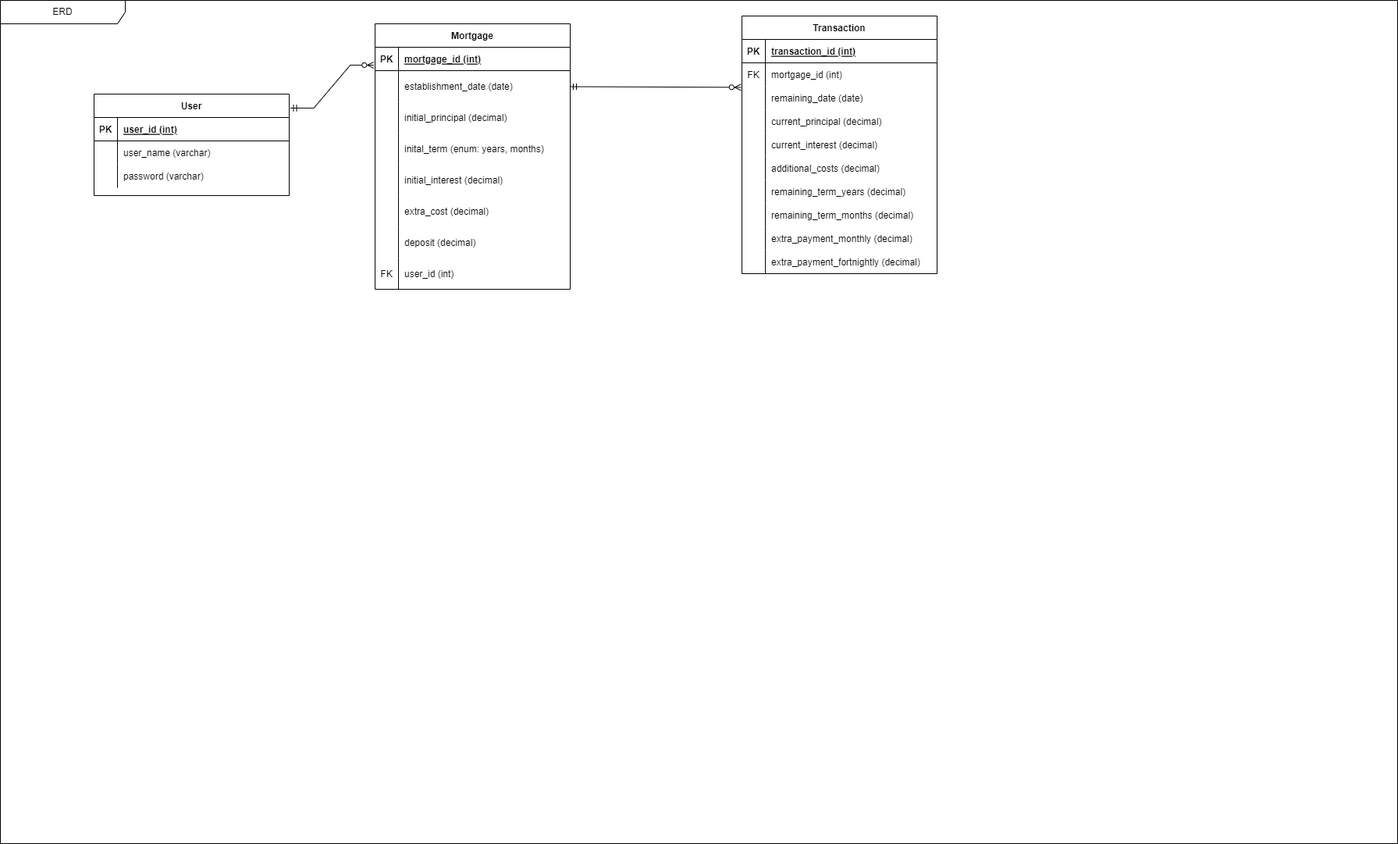
Above: Design/ERD.png in KatherineMulder/ITPR7.508-Business-Application-Programming-Semester-One-2024 (draw.io), before the change. Source tidied: cells renumbered, new cells last; positions are measured from the earlier drawing's top-left corner, leaving out a move shared by most shapes.
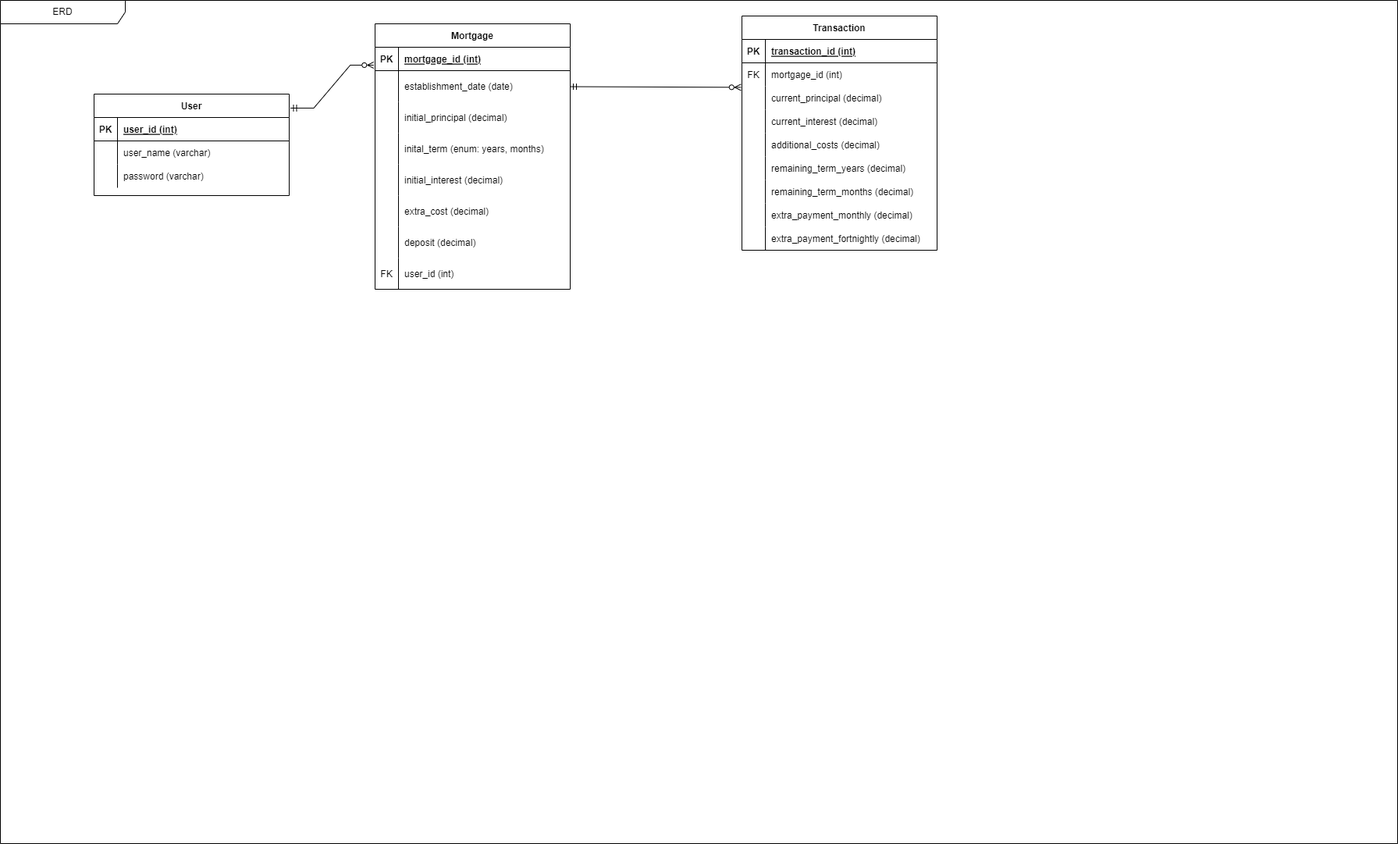
The same diagram one commit later.

Change to the diagram source:
```diff
@@ -113,11 +113,13 @@
     <mxCell id="38" style="edgeStyle=entityRelationEdgeStyle;fontSize=12;html=1;endArrow=ERzeroToMany;startArrow=ERmandOne;rounded=0;exitX=1.006;exitY=0.138;exitDx=0;exitDy=0;exitPerimeter=0;entryX=-0.007;entryY=0.764;entryDx=0;entryDy=0;endFill=0;entryPerimeter=0;" parent="2" edge="1" source="3" target="14">
       <mxGeometry relative="1" as="geometry" />
     </mxCell>
-    <mxCell id="39" style="rounded=0;jettySize=auto;html=1;endArrow=ERzeroToMany;endFill=0;startArrow=ERmandOne;startFill=0;entryX=-0.005;entryY=0.045;entryDx=0;entryDy=0;entryPerimeter=0;" parent="2" edge="1" source="17" target="47">
-      <mxGeometry relative="1" as="geometry" />
+    <mxCell id="39" style="rounded=0;jettySize=auto;html=1;endArrow=ERzeroToMany;endFill=0;startArrow=ERmandOne;startFill=0;entryX=-0.005;entryY=0.045;entryDx=0;entryDy=0;entryPerimeter=0;" parent="2" edge="1" source="17">
+      <mxGeometry relative="1" as="geometry">
+        <mxPoint x="948.8" y="111.3" as="targetPoint" />
+      </mxGeometry>
     </mxCell>
     <mxCell id="40" value="Transaction" style="shape=table;startSize=30;rowLines=0;fontStyle=1;align=center;" parent="2" vertex="1">
-      <mxGeometry x="950" y="20" width="250" height="330" as="geometry" />
+      <mxGeometry x="950" y="20" width="250" height="300" as="geometry" />
     </mxCell>
     <mxCell id="41" style="shape=partialRectangle;fillColor=none;top=0;left=0;right=0;bottom=1;" parent="40" vertex="1">
       <mxGeometry y="30" width="250" height="30" as="geometry" />
@@ -137,17 +139,8 @@
     <mxCell id="46" value="mortgage_id (int)" style="shape=partialRectangle;overflow=hidden;fillColor=none;top=0;left=0;bottom=0;right=0;align=left;spacingLeft=6;" parent="44" vertex="1">
       <mxGeometry x="30" width="220" height="30" as="geometry" />
     </mxCell>
-    <mxCell id="47" style="shape=partialRectangle;fillColor=none;points=[[0,0.5],[1,0.5]];portConstraint=eastwest;top=0;left=0;right=0;bottom=0;" parent="40" vertex="1">
-      <mxGeometry y="90" width="250" height="30" as="geometry" />
-    </mxCell>
-    <mxCell id="48" style="shape=partialRectangle;overflow=hidden;fillColor=none;top=0;left=0;bottom=0;right=0;" parent="47" vertex="1">
-      <mxGeometry width="30" height="30" as="geometry" />
-    </mxCell>
-    <mxCell id="49" value="remaining_date (date)" style="shape=partialRectangle;overflow=hidden;fillColor=none;top=0;left=0;bottom=0;right=0;align=left;spacingLeft=6;" parent="47" vertex="1">
-      <mxGeometry x="30" width="220" height="30" as="geometry" />
-    </mxCell>
     <mxCell id="50" style="shape=partialRectangle;fillColor=none;top=0;left=0;right=0;bottom=0;" parent="40" vertex="1">
-      <mxGeometry y="120" width="250" height="30" as="geometry" />
+      <mxGeometry y="90" width="250" height="30" as="geometry" />
     </mxCell>
     <mxCell id="51" style="shape=partialRectangle;overflow=hidden;fillColor=none;top=0;left=0;bottom=0;right=0;" parent="50" vertex="1">
       <mxGeometry width="30" height="30" as="geometry" />
@@ -156,7 +149,7 @@
       <mxGeometry x="30" width="220" height="30" as="geometry" />
     </mxCell>
     <mxCell id="53" style="shape=partialRectangle;fillColor=none;top=0;left=0;right=0;bottom=0;" parent="40" vertex="1">
-      <mxGeometry y="150" width="250" height="30" as="geometry" />
+      <mxGeometry y="120" width="250" height="30" as="geometry" />
     </mxCell>
     <mxCell id="54" style="shape=partialRectangle;overflow=hidden;fillColor=none;top=0;left=0;bottom=0;right=0;" parent="53" vertex="1">
       <mxGeometry width="30" height="30" as="geometry" />
@@ -165,7 +158,7 @@
       <mxGeometry x="30" width="220" height="30" as="geometry" />
     </mxCell>
     <mxCell id="56" style="shape=partialRectangle;fillColor=none;top=0;left=0;right=0;bottom=0;" parent="40" vertex="1">
-      <mxGeometry y="180" width="250" height="30" as="geometry" />
+      <mxGeometry y="150" width="250" height="30" as="geometry" />
     </mxCell>
     <mxCell id="57" style="shape=partialRectangle;overflow=hidden;fillColor=none;top=0;left=0;bottom=0;right=0;" parent="56" vertex="1">
       <mxGeometry width="30" height="30" as="geometry" />
@@ -174,7 +167,7 @@
       <mxGeometry x="30" width="220" height="30" as="geometry" />
     </mxCell>
     <mxCell id="59" style="shape=partialRectangle;fillColor=none;top=0;left=0;right=0;bottom=0;" parent="40" vertex="1">
-      <mxGeometry y="210" width="250" height="30" as="geometry" />
+      <mxGeometry y="180" width="250" height="30" as="geometry" />
     </mxCell>
     <mxCell id="60" style="shape=partialRectangle;overflow=hidden;fillColor=none;top=0;left=0;bottom=0;right=0;" parent="59" vertex="1">
       <mxGeometry width="30" height="30" as="geometry" />
@@ -183,7 +176,7 @@
       <mxGeometry x="30" width="220" height="30" as="geometry" />
     </mxCell>
     <mxCell id="62" style="shape=partialRectangle;fillColor=none;top=0;left=0;right=0;bottom=0;" parent="40" vertex="1">
-      <mxGeometry y="240" width="250" height="30" as="geometry" />
+      <mxGeometry y="210" width="250" height="30" as="geometry" />
     </mxCell>
     <mxCell id="63" style="shape=partialRectangle;overflow=hidden;fillColor=none;top=0;left=0;bottom=0;right=0;" parent="62" vertex="1">
       <mxGeometry width="30" height="30" as="geometry" />
@@ -192,7 +185,7 @@
       <mxGeometry x="30" width="220" height="30" as="geometry" />
     </mxCell>
     <mxCell id="65" style="shape=partialRectangle;fillColor=none;top=0;left=0;right=0;bottom=0;" parent="40" vertex="1">
-      <mxGeometry y="270" width="250" height="30" as="geometry" />
+      <mxGeometry y="240" width="250" height="30" as="geometry" />
     </mxCell>
     <mxCell id="66" style="shape=partialRectangle;overflow=hidden;fillColor=none;top=0;left=0;bottom=0;right=0;" parent="65" vertex="1">
       <mxGeometry width="30" height="30" as="geometry" />
@@ -201,7 +194,7 @@
       <mxGeometry x="30" width="220" height="30" as="geometry" />
     </mxCell>
     <mxCell id="68" style="shape=partialRectangle;fillColor=none;top=0;left=0;right=0;bottom=0;" parent="40" vertex="1">
-      <mxGeometry y="300" width="250" height="30" as="geometry" />
+      <mxGeometry y="270" width="250" height="30" as="geometry" />
     </mxCell>
     <mxCell id="69" style="shape=partialRectangle;overflow=hidden;fillColor=none;top=0;left=0;bottom=0;right=0;" parent="68" vertex="1">
       <mxGeometry width="30" height="30" as="geometry" />
```
